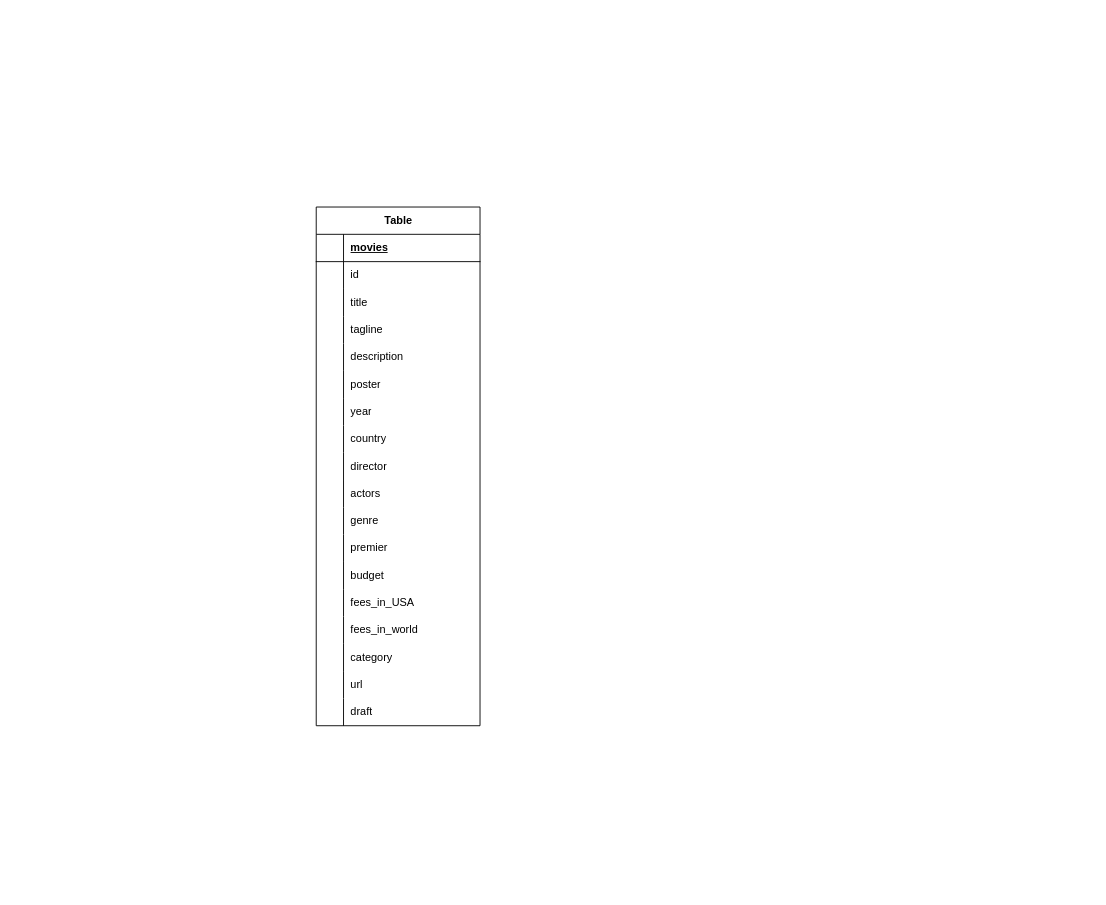
Above: Untitled Diagram.drawio in baukamobile/bankcardn (draw.io), before the change. Source tidied: cells renumbered, new cells numbered last; positions are measured from the earlier drawing's top-left corner, leaving out a move shared by most shapes. Both pictures are drawn from the tidied source at 91%, with x=0, y=0 at pixel (316, 207).
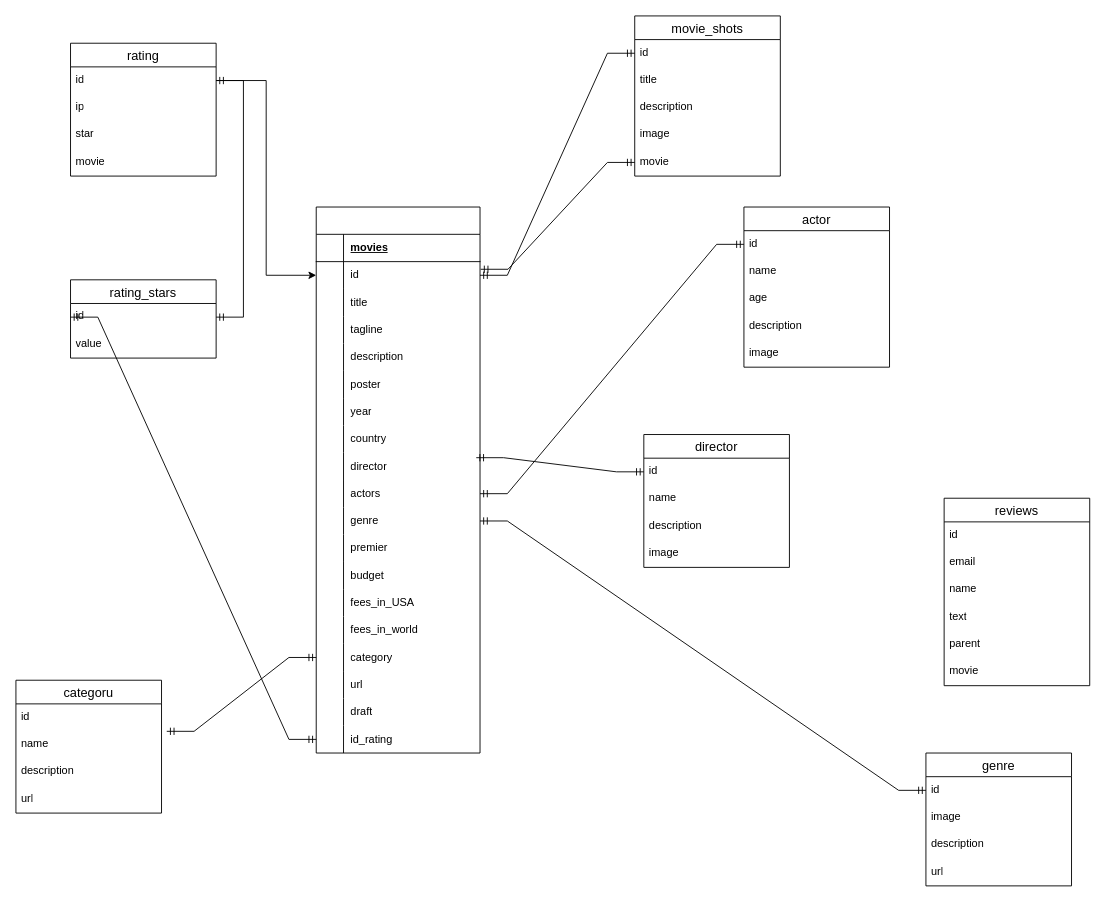
After the change.

The change refers to these unchanged cells:
```xml
<mxCell id="6" style="shape=tableRow;horizontal=0;startSize=0;swimlaneHead=0;swimlaneBody=0;fillColor=none;points=[[0,0.5],[1,0.5]];portConstraint=eastwest;top=0;left=0;right=0;bottom=0;" parent="2" vertex="1">
  <mxGeometry y="60" width="180" height="30" as="geometry" />
</mxCell>
<mxCell id="27" style="shape=tableRow;horizontal=0;startSize=0;swimlaneHead=0;swimlaneBody=0;fillColor=none;points=[[0,0.5],[1,0.5]];portConstraint=eastwest;top=0;left=0;right=0;bottom=0;" parent="2" vertex="1">
  <mxGeometry y="270" width="180" height="30" as="geometry" />
</mxCell>
<mxCell id="30" style="shape=tableRow;horizontal=0;startSize=0;swimlaneHead=0;swimlaneBody=0;fillColor=none;points=[[0,0.5],[1,0.5]];portConstraint=eastwest;top=0;left=0;right=0;bottom=0;" parent="2" vertex="1">
  <mxGeometry y="300" width="180" height="30" as="geometry" />
</mxCell>
<mxCell id="33" style="shape=tableRow;horizontal=0;startSize=0;swimlaneHead=0;swimlaneBody=0;fillColor=none;points=[[0,0.5],[1,0.5]];portConstraint=eastwest;top=0;left=0;right=0;bottom=0;" parent="2" vertex="1">
  <mxGeometry y="330" width="180" height="30" as="geometry" />
</mxCell>
<mxCell id="48" style="shape=tableRow;horizontal=0;startSize=0;swimlaneHead=0;swimlaneBody=0;fillColor=none;points=[[0,0.5],[1,0.5]];portConstraint=eastwest;top=0;left=0;right=0;bottom=0;" parent="2" vertex="1">
  <mxGeometry y="480" width="180" height="30" as="geometry" />
</mxCell>
```

The edit, as a diff of the source:
```diff
@@
-    <mxCell id="2" value="Table" style="shape=table;startSize=30;childLayout=tableLayout;rowLines=0;fontStyle=1;align=center;html=1;" parent="1" vertex="1">
-      <mxGeometry width="180" height="570" as="geometry" />
+    <mxCell id="2" style="shape=table;startSize=30;childLayout=tableLayout;rowLines=0;fontStyle=1;align=center;html=1;" parent="1" vertex="1">
+      <mxGeometry width="180" height="600" as="geometry" />
     </mxCell>
@@
+    <mxCell id="57" style="shape=tableRow;horizontal=0;startSize=0;swimlaneHead=0;swimlaneBody=0;fillColor=none;points=[[0,0.5],[1,0.5]];portConstraint=eastwest;top=0;left=0;right=0;bottom=0;" parent="2" vertex="1">
+      <mxGeometry y="570" width="180" height="30" as="geometry" />
+    </mxCell>
+    <mxCell id="58" style="shape=partialRectangle;fillColor=none;top=0;left=0;bottom=0;right=0;overflow=hidden;whiteSpace=wrap;html=1;" parent="57" vertex="1">
+      <mxGeometry width="30" height="30" as="geometry" />
+    </mxCell>
+    <mxCell id="59" value="id_rating" style="shape=partialRectangle;fillColor=none;top=0;left=0;bottom=0;right=0;align=left;spacingLeft=6;overflow=hidden;whiteSpace=wrap;html=1;" parent="57" vertex="1">
+      <mxGeometry x="30" width="150" height="30" as="geometry" />
+    </mxCell>
+    <mxCell id="60" style="edgeStyle=orthogonalEdgeStyle;rounded=0;orthogonalLoop=1;jettySize=auto;html=1;exitX=1;exitY=0.5;exitDx=0;exitDy=0;" parent="2" edge="1" source="6" target="6">
+      <mxGeometry relative="1" as="geometry" />
+    </mxCell>
+    <mxCell id="61" value="movie_shots" style="swimlane;fontStyle=0;horizontal=1;startSize=26;align=center;fontSize=14;" parent="1" vertex="1">
+      <mxGeometry x="350" y="-210" width="160" height="176" as="geometry" />
+    </mxCell>
+    <mxCell id="62" value="id" style="text;strokeColor=none;fillColor=none;spacingLeft=4;spacingRight=4;overflow=hidden;points=[[0,0.5],[1,0.5]];portConstraint=eastwest;fontSize=12;whiteSpace=wrap;html=1;" parent="61" vertex="1">
+      <mxGeometry y="26" width="160" height="30" as="geometry" />
+    </mxCell>
+    <mxCell id="63" value="title" style="text;strokeColor=none;fillColor=none;spacingLeft=4;spacingRight=4;overflow=hidden;fontSize=12;whiteSpace=wrap;html=1;" parent="61" vertex="1">
+      <mxGeometry y="56" width="160" height="30" as="geometry" />
+    </mxCell>
+    <mxCell id="64" value="description" style="text;strokeColor=none;fillColor=none;spacingLeft=4;spacingRight=4;overflow=hidden;fontSize=12;whiteSpace=wrap;html=1;" parent="61" vertex="1">
+      <mxGeometry y="86" width="160" height="30" as="geometry" />
+    </mxCell>
+    <mxCell id="65" value="image" style="text;strokeColor=none;fillColor=none;spacingLeft=4;spacingRight=4;overflow=hidden;fontSize=12;whiteSpace=wrap;html=1;" parent="61" vertex="1">
+      <mxGeometry y="116" width="160" height="30" as="geometry" />
+    </mxCell>
+    <mxCell id="66" value="movie" style="text;strokeColor=none;fillColor=none;spacingLeft=4;spacingRight=4;overflow=hidden;points=[[0,0.5],[1,0.5]];portConstraint=eastwest;fontSize=12;whiteSpace=wrap;html=1;" parent="61" vertex="1">
+      <mxGeometry y="146" width="160" height="30" as="geometry" />
+    </mxCell>
+    <mxCell id="67" value="director" style="swimlane;fontStyle=0;horizontal=1;startSize=26;align=center;fontSize=14;" parent="1" vertex="1">
+      <mxGeometry x="360" y="250" width="160" height="146" as="geometry" />
+    </mxCell>
+    <mxCell id="68" value="id" style="text;strokeColor=none;fillColor=none;spacingLeft=4;spacingRight=4;overflow=hidden;points=[[0,0.5],[1,0.5]];portConstraint=eastwest;fontSize=12;whiteSpace=wrap;html=1;" parent="67" vertex="1">
+      <mxGeometry y="26" width="160" height="30" as="geometry" />
+    </mxCell>
+    <mxCell id="69" value="name" style="text;strokeColor=none;fillColor=none;spacingLeft=4;spacingRight=4;overflow=hidden;fontSize=12;whiteSpace=wrap;html=1;" parent="67" vertex="1">
+      <mxGeometry y="56" width="160" height="30" as="geometry" />
+    </mxCell>
+    <mxCell id="70" value="description" style="text;strokeColor=none;fillColor=none;spacingLeft=4;spacingRight=4;overflow=hidden;fontSize=12;whiteSpace=wrap;html=1;" parent="67" vertex="1">
+      <mxGeometry y="86" width="160" height="30" as="geometry" />
+    </mxCell>
+    <mxCell id="71" value="image" style="text;strokeColor=none;fillColor=none;spacingLeft=4;spacingRight=4;overflow=hidden;fontSize=12;whiteSpace=wrap;html=1;" parent="67" vertex="1">
+      <mxGeometry y="116" width="160" height="30" as="geometry" />
+    </mxCell>
+    <mxCell id="72" value="actor" style="swimlane;fontStyle=0;horizontal=1;startSize=26;align=center;fontSize=14;" parent="1" vertex="1">
+      <mxGeometry x="470" width="160" height="176" as="geometry" />
+    </mxCell>
+    <mxCell id="73" value="id" style="text;strokeColor=none;fillColor=none;spacingLeft=4;spacingRight=4;overflow=hidden;points=[[0,0.5],[1,0.5]];portConstraint=eastwest;fontSize=12;whiteSpace=wrap;html=1;" parent="72" vertex="1">
+      <mxGeometry y="26" width="160" height="30" as="geometry" />
+    </mxCell>
+    <mxCell id="74" value="name" style="text;strokeColor=none;fillColor=none;spacingLeft=4;spacingRight=4;overflow=hidden;fontSize=12;whiteSpace=wrap;html=1;" parent="72" vertex="1">
+      <mxGeometry y="56" width="160" height="30" as="geometry" />
+    </mxCell>
+    <mxCell id="75" value="age" style="text;strokeColor=none;fillColor=none;spacingLeft=4;spacingRight=4;overflow=hidden;fontSize=12;whiteSpace=wrap;html=1;" parent="72" vertex="1">
+      <mxGeometry y="86" width="160" height="30" as="geometry" />
+    </mxCell>
+    <mxCell id="76" value="description" style="text;strokeColor=none;fillColor=none;spacingLeft=4;spacingRight=4;overflow=hidden;fontSize=12;whiteSpace=wrap;html=1;" parent="72" vertex="1">
+      <mxGeometry y="116" width="160" height="30" as="geometry" />
+    </mxCell>
+    <mxCell id="77" value="image" style="text;strokeColor=none;fillColor=none;spacingLeft=4;spacingRight=4;overflow=hidden;fontSize=12;whiteSpace=wrap;html=1;" parent="72" vertex="1">
+      <mxGeometry y="146" width="160" height="30" as="geometry" />
+    </mxCell>
+    <mxCell id="78" value="rating" style="swimlane;fontStyle=0;horizontal=1;startSize=26;align=center;fontSize=14;" parent="1" vertex="1">
+      <mxGeometry x="-270" y="-180" width="160" height="146" as="geometry" />
+    </mxCell>
+    <mxCell id="79" value="id" style="text;strokeColor=none;fillColor=none;spacingLeft=4;spacingRight=4;overflow=hidden;points=[[0,0.5],[1,0.5]];portConstraint=eastwest;fontSize=12;whiteSpace=wrap;html=1;" parent="78" vertex="1">
+      <mxGeometry y="26" width="160" height="30" as="geometry" />
+    </mxCell>
+    <mxCell id="80" value="ip" style="text;strokeColor=none;fillColor=none;spacingLeft=4;spacingRight=4;overflow=hidden;fontSize=12;whiteSpace=wrap;html=1;" parent="78" vertex="1">
+      <mxGeometry y="56" width="160" height="30" as="geometry" />
+    </mxCell>
+    <mxCell id="81" value="star" style="text;strokeColor=none;fillColor=none;spacingLeft=4;spacingRight=4;overflow=hidden;fontSize=12;whiteSpace=wrap;html=1;" parent="78" vertex="1">
+      <mxGeometry y="86" width="160" height="30" as="geometry" />
+    </mxCell>
+    <mxCell id="82" value="movie" style="text;strokeColor=none;fillColor=none;spacingLeft=4;spacingRight=4;overflow=hidden;fontSize=12;whiteSpace=wrap;html=1;" parent="78" vertex="1">
+      <mxGeometry y="116" width="160" height="30" as="geometry" />
+    </mxCell>
+    <mxCell id="83" value="rating_stars" style="swimlane;fontStyle=0;horizontal=1;startSize=26;align=center;fontSize=14;" parent="1" vertex="1">
+      <mxGeometry x="-270" y="80" width="160" height="86" as="geometry" />
+    </mxCell>
+    <mxCell id="84" value="id" style="text;strokeColor=none;fillColor=none;spacingLeft=4;spacingRight=4;overflow=hidden;points=[[0,0.5],[1,0.5]];portConstraint=eastwest;fontSize=12;whiteSpace=wrap;html=1;" parent="83" vertex="1">
+      <mxGeometry y="26" width="160" height="30" as="geometry" />
+    </mxCell>
+    <mxCell id="85" value="value" style="text;strokeColor=none;fillColor=none;spacingLeft=4;spacingRight=4;overflow=hidden;fontSize=12;whiteSpace=wrap;html=1;" parent="83" vertex="1">
+      <mxGeometry y="56" width="160" height="30" as="geometry" />
+    </mxCell>
+    <mxCell id="86" value="reviews" style="swimlane;fontStyle=0;horizontal=1;startSize=26;align=center;fontSize=14;" parent="1" vertex="1">
+      <mxGeometry x="690" y="320" width="160" height="206" as="geometry" />
+    </mxCell>
+    <mxCell id="87" value="id" style="text;strokeColor=none;fillColor=none;spacingLeft=4;spacingRight=4;overflow=hidden;fontSize=12;whiteSpace=wrap;html=1;" parent="86" vertex="1">
+      <mxGeometry y="26" width="160" height="30" as="geometry" />
+    </mxCell>
+    <mxCell id="88" value="email" style="text;strokeColor=none;fillColor=none;spacingLeft=4;spacingRight=4;overflow=hidden;fontSize=12;whiteSpace=wrap;html=1;" parent="86" vertex="1">
+      <mxGeometry y="56" width="160" height="30" as="geometry" />
+    </mxCell>
+    <mxCell id="89" value="name" style="text;strokeColor=none;fillColor=none;spacingLeft=4;spacingRight=4;overflow=hidden;fontSize=12;whiteSpace=wrap;html=1;" parent="86" vertex="1">
+      <mxGeometry y="86" width="160" height="30" as="geometry" />
+    </mxCell>
+    <mxCell id="90" value="text" style="text;strokeColor=none;fillColor=none;spacingLeft=4;spacingRight=4;overflow=hidden;fontSize=12;whiteSpace=wrap;html=1;" parent="86" vertex="1">
+      <mxGeometry y="116" width="160" height="30" as="geometry" />
+    </mxCell>
+    <mxCell id="91" value="parent" style="text;strokeColor=none;fillColor=none;spacingLeft=4;spacingRight=4;overflow=hidden;fontSize=12;whiteSpace=wrap;html=1;" parent="86" vertex="1">
+      <mxGeometry y="146" width="160" height="30" as="geometry" />
+    </mxCell>
+    <mxCell id="92" value="movie" style="text;strokeColor=none;fillColor=none;spacingLeft=4;spacingRight=4;overflow=hidden;fontSize=12;whiteSpace=wrap;html=1;" parent="86" vertex="1">
+      <mxGeometry y="176" width="160" height="30" as="geometry" />
+    </mxCell>
+    <mxCell id="93" value="genre" style="swimlane;fontStyle=0;horizontal=1;startSize=26;align=center;fontSize=14;" parent="1" vertex="1">
+      <mxGeometry x="670" y="600" width="160" height="146" as="geometry" />
+    </mxCell>
+    <mxCell id="94" value="id" style="text;strokeColor=none;fillColor=none;spacingLeft=4;spacingRight=4;overflow=hidden;points=[[0,0.5],[1,0.5]];portConstraint=eastwest;fontSize=12;whiteSpace=wrap;html=1;" parent="93" vertex="1">
+      <mxGeometry y="26" width="160" height="30" as="geometry" />
+    </mxCell>
+    <mxCell id="95" value="image" style="text;strokeColor=none;fillColor=none;spacingLeft=4;spacingRight=4;overflow=hidden;fontSize=12;whiteSpace=wrap;html=1;" parent="93" vertex="1">
+      <mxGeometry y="56" width="160" height="30" as="geometry" />
+    </mxCell>
+    <mxCell id="96" value="description" style="text;strokeColor=none;fillColor=none;spacingLeft=4;spacingRight=4;overflow=hidden;fontSize=12;whiteSpace=wrap;html=1;" parent="93" vertex="1">
+      <mxGeometry y="86" width="160" height="30" as="geometry" />
+    </mxCell>
+    <mxCell id="97" value="url" style="text;strokeColor=none;fillColor=none;spacingLeft=4;spacingRight=4;overflow=hidden;fontSize=12;whiteSpace=wrap;html=1;" parent="93" vertex="1">
+      <mxGeometry y="116" width="160" height="30" as="geometry" />
+    </mxCell>
+    <mxCell id="98" value="categoru" style="swimlane;fontStyle=0;horizontal=1;startSize=26;align=center;fontSize=14;" parent="1" vertex="1">
+      <mxGeometry x="-330" y="520" width="160" height="146" as="geometry" />
+    </mxCell>
+    <mxCell id="99" value="id" style="text;strokeColor=none;fillColor=none;spacingLeft=4;spacingRight=4;overflow=hidden;points=[[0,0.5],[1,0.5]];portConstraint=eastwest;fontSize=12;whiteSpace=wrap;html=1;" parent="98" vertex="1">
+      <mxGeometry y="26" width="160" height="30" as="geometry" />
+    </mxCell>
+    <mxCell id="100" value="name" style="text;strokeColor=none;fillColor=none;spacingLeft=4;spacingRight=4;overflow=hidden;fontSize=12;whiteSpace=wrap;html=1;" parent="98" vertex="1">
+      <mxGeometry y="56" width="160" height="30" as="geometry" />
+    </mxCell>
+    <mxCell id="101" value="description" style="text;strokeColor=none;fillColor=none;spacingLeft=4;spacingRight=4;overflow=hidden;fontSize=12;whiteSpace=wrap;html=1;" parent="98" vertex="1">
+      <mxGeometry y="86" width="160" height="30" as="geometry" />
+    </mxCell>
+    <mxCell id="102" value="url" style="text;strokeColor=none;fillColor=none;spacingLeft=4;spacingRight=4;overflow=hidden;fontSize=12;whiteSpace=wrap;html=1;" parent="98" vertex="1">
+      <mxGeometry y="116" width="160" height="30" as="geometry" />
+    </mxCell>
+    <mxCell id="103" style="edgeStyle=entityRelationEdgeStyle;fontSize=12;html=1;endArrow=ERmandOne;startArrow=ERmandOne;rounded=0;exitX=0.977;exitY=0.182;exitDx=0;exitDy=0;exitPerimeter=0;" parent="1" edge="1" source="27" target="68">
+      <mxGeometry relative="1" as="geometry">
+        <Array as="points">
+          <mxPoint x="535" y="270" />
+        </Array>
+      </mxGeometry>
+    </mxCell>
+    <mxCell id="104" style="edgeStyle=entityRelationEdgeStyle;fontSize=12;html=1;endArrow=ERmandOne;startArrow=ERmandOne;rounded=0;entryX=0;entryY=0.5;entryDx=0;entryDy=0;exitX=1;exitY=0.5;exitDx=0;exitDy=0;" parent="1" edge="1" source="6" target="62">
+      <mxGeometry relative="1" as="geometry" />
+    </mxCell>
+    <mxCell id="105" style="edgeStyle=entityRelationEdgeStyle;fontSize=12;html=1;endArrow=ERmandOne;startArrow=ERmandOne;rounded=0;" parent="1" edge="1" source="30" target="73">
+      <mxGeometry relative="1" as="geometry" />
+    </mxCell>
+    <mxCell id="106" style="edgeStyle=entityRelationEdgeStyle;fontSize=12;html=1;endArrow=ERmandOne;startArrow=ERmandOne;rounded=0;" parent="1" edge="1" source="33" target="94">
+      <mxGeometry relative="1" as="geometry" />
+    </mxCell>
+    <mxCell id="107" style="edgeStyle=entityRelationEdgeStyle;fontSize=12;html=1;endArrow=ERmandOne;startArrow=ERmandOne;rounded=0;exitX=1.004;exitY=0.28;exitDx=0;exitDy=0;exitPerimeter=0;" parent="1" edge="1" source="6" target="66">
+      <mxGeometry relative="1" as="geometry" />
+    </mxCell>
+    <mxCell id="108" style="edgeStyle=entityRelationEdgeStyle;fontSize=12;html=1;endArrow=ERmandOne;startArrow=ERmandOne;rounded=0;" parent="1" edge="1" source="79" target="84">
+      <mxGeometry relative="1" as="geometry" />
+    </mxCell>
+    <mxCell id="109" style="edgeStyle=orthogonalEdgeStyle;rounded=0;jettySize=auto;html=1;" parent="1" edge="1" source="79" target="6">
+      <mxGeometry relative="1" as="geometry" />
+    </mxCell>
+    <mxCell id="110" style="edgeStyle=entityRelationEdgeStyle;fontSize=12;html=1;endArrow=ERmandOne;startArrow=ERmandOne;rounded=0;entryX=0;entryY=0.5;entryDx=0;entryDy=0;" parent="1" edge="1" source="57" target="84">
+      <mxGeometry relative="1" as="geometry" />
+    </mxCell>
+    <mxCell id="111" style="edgeStyle=entityRelationEdgeStyle;fontSize=12;html=1;endArrow=ERmandOne;startArrow=ERmandOne;rounded=0;exitX=1.036;exitY=1.005;exitDx=0;exitDy=0;exitPerimeter=0;" parent="1" edge="1" source="99" target="48">
+      <mxGeometry relative="1" as="geometry" />
+    </mxCell>
```
